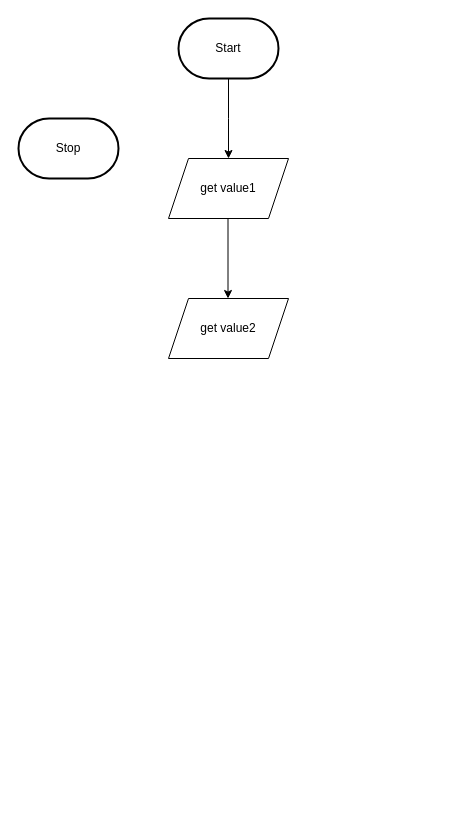
Above: design/flowchart.drawio in MTHS-ICD2O-1-2024/ICD2O-Unit-5-08-Isaac-Ip (draw.io), before the change. Source tidied: cells renumbered, new cells numbered last; positions are measured from the earlier drawing's top-left corner, leaving out a move shared by most shapes. Both pictures are drawn from the tidied source at 100%, with x=0, y=0 at pixel (18, 18).
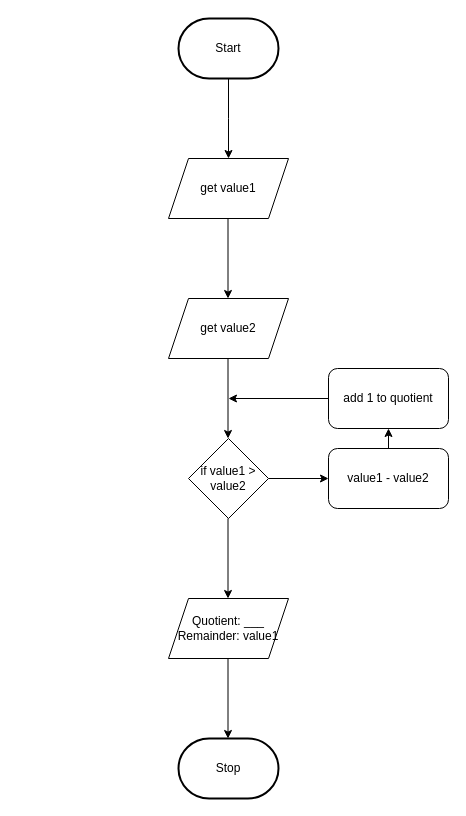
After the change.

Diff of the diagram source:
```diff
@@
     <mxCell id="4" value="Stop" style="strokeWidth=2;html=1;shape=mxgraph.flowchart.terminator;whiteSpace=wrap;" parent="1" vertex="1">
-      <mxGeometry y="100" width="100" height="60" as="geometry" />
+      <mxGeometry x="160" y="720" width="100" height="60" as="geometry" />
     </mxCell>
@@
+    <mxCell id="8" style="edgeStyle=none;html=1;exitX=1;exitY=0.5;exitDx=0;exitDy=0;entryX=0;entryY=0.5;entryDx=0;entryDy=0;" parent="1" edge="1" source="9" target="12">
+      <mxGeometry relative="1" as="geometry" />
+    </mxCell>
+    <mxCell id="9" value="if value1 &amp;gt; value2" style="rhombus;whiteSpace=wrap;html=1;" parent="1" vertex="1">
+      <mxGeometry x="170" y="420" width="80" height="80" as="geometry" />
+    </mxCell>
+    <mxCell id="10" style="edgeStyle=orthogonalEdgeStyle;html=1;rounded=0;" parent="1" edge="1">
+      <mxGeometry relative="1" as="geometry">
+        <mxPoint x="209.5" y="340" as="sourcePoint" />
+        <mxPoint x="209.5" y="420" as="targetPoint" />
+      </mxGeometry>
+    </mxCell>
+    <mxCell id="11" style="edgeStyle=none;html=1;exitX=0.5;exitY=0;exitDx=0;exitDy=0;entryX=0.5;entryY=1;entryDx=0;entryDy=0;" parent="1" edge="1" source="12" target="14">
+      <mxGeometry relative="1" as="geometry" />
+    </mxCell>
+    <mxCell id="12" value="value1 - value2" style="rounded=1;whiteSpace=wrap;html=1;" parent="1" vertex="1">
+      <mxGeometry x="310" y="430" width="120" height="60" as="geometry" />
+    </mxCell>
+    <mxCell id="13" style="edgeStyle=none;html=1;exitX=0;exitY=0.5;exitDx=0;exitDy=0;" parent="1" edge="1" source="14">
+      <mxGeometry relative="1" as="geometry">
+        <mxPoint x="210" y="380" as="targetPoint" />
+      </mxGeometry>
+    </mxCell>
+    <mxCell id="14" value="add 1 to quotient" style="rounded=1;whiteSpace=wrap;html=1;" parent="1" vertex="1">
+      <mxGeometry x="310" y="350" width="120" height="60" as="geometry" />
+    </mxCell>
+    <mxCell id="15" style="edgeStyle=orthogonalEdgeStyle;html=1;rounded=0;" parent="1" edge="1">
+      <mxGeometry relative="1" as="geometry">
+        <mxPoint x="209.5" y="500" as="sourcePoint" />
+        <mxPoint x="209.5" y="580" as="targetPoint" />
+      </mxGeometry>
+    </mxCell>
+    <mxCell id="16" value="Quotient: ___&lt;div&gt;Remainder: value1&lt;/div&gt;" style="shape=parallelogram;perimeter=parallelogramPerimeter;whiteSpace=wrap;html=1;fixedSize=1;" parent="1" vertex="1">
+      <mxGeometry x="150" y="580" width="120" height="60" as="geometry" />
+    </mxCell>
+    <mxCell id="17" style="edgeStyle=orthogonalEdgeStyle;html=1;rounded=0;" parent="1" edge="1">
+      <mxGeometry relative="1" as="geometry">
+        <mxPoint x="209.5" y="640" as="sourcePoint" />
+        <mxPoint x="209.5" y="720" as="targetPoint" />
+      </mxGeometry>
+    </mxCell>
```
